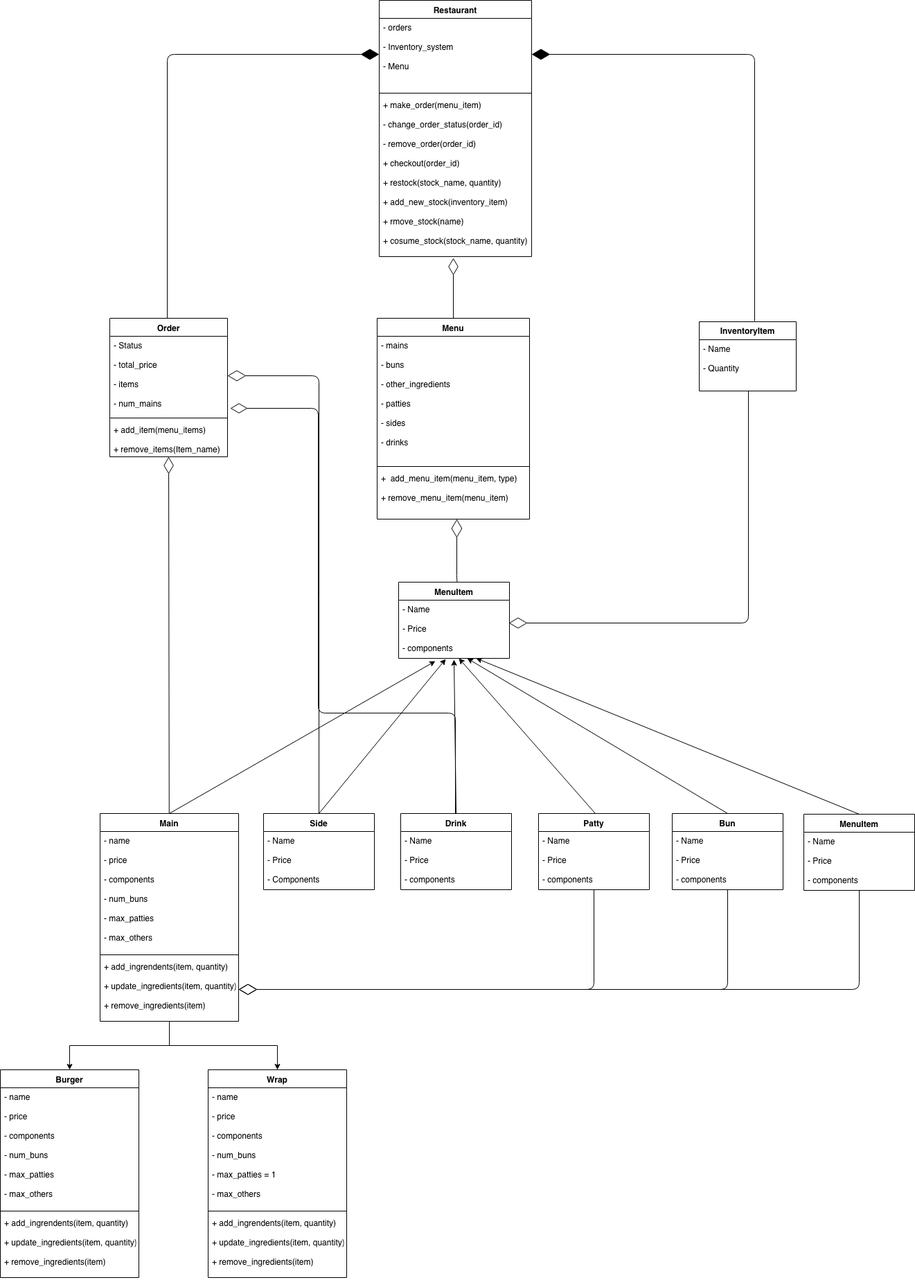
peterhuyxuan/SelfOrderingFoodSystem keeps this draw.io diagram as docs/uml_diagram.png. Above is the earlier version. Source tidied: cells renumbered, new cells last; positions are measured from the earlier drawing's top-left corner, leaving out a move shared by most shapes.
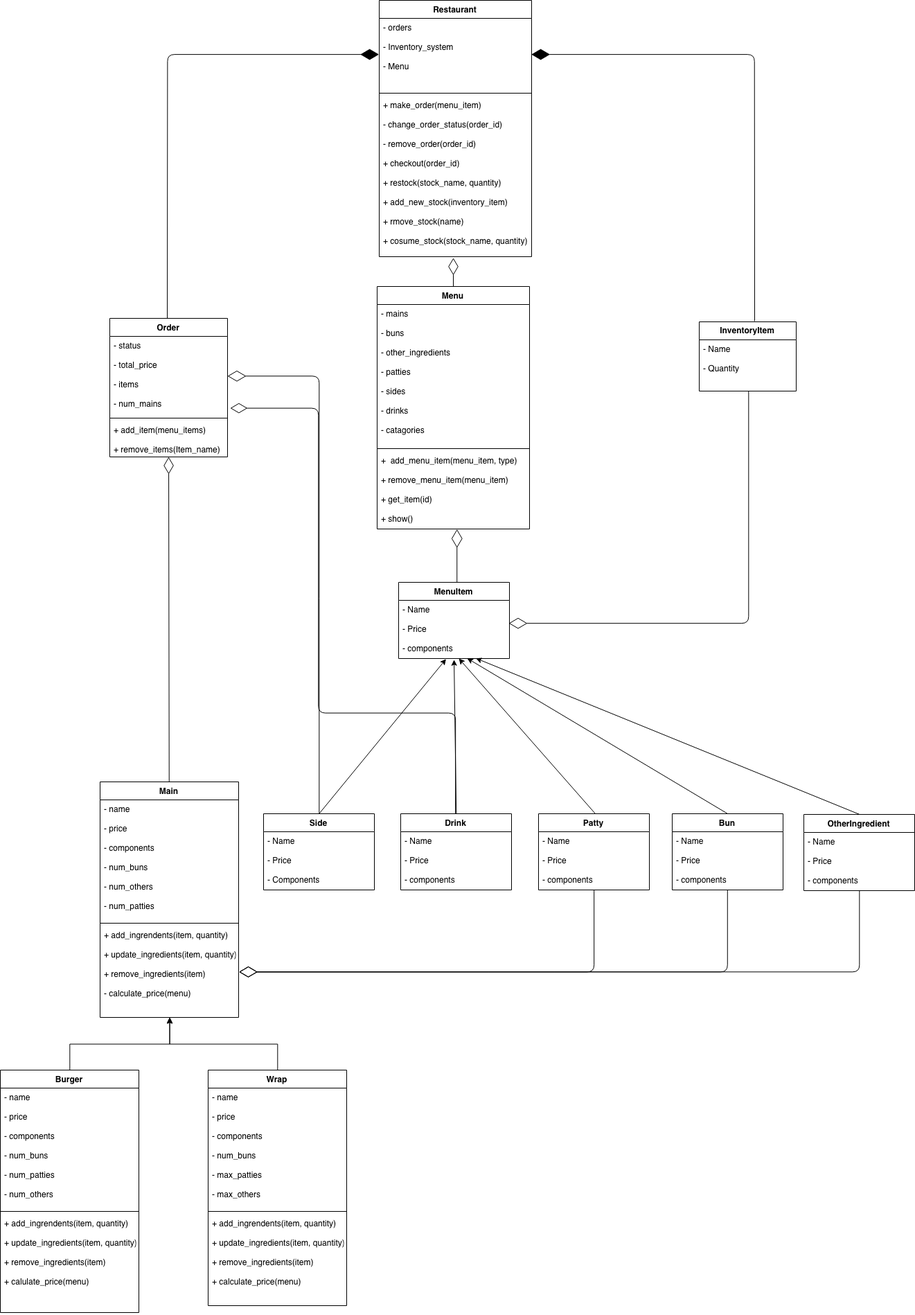
Later version of the same file.

Commit message:
fixed mistakes in main and menu

The edit, as a diff of the source:
```diff
@@ -18,16 +18,16 @@
       <mxGeometry relative="1" as="geometry" />
     </mxCell>
     <mxCell id="7" value="Menu" style="swimlane;fontStyle=1;align=center;verticalAlign=top;horizontal=1;startSize=26;" parent="1" vertex="1">
-      <mxGeometry x="544" y="459" width="220" height="290" as="geometry" />
+      <mxGeometry x="544" y="413" width="220" height="350" as="geometry" />
     </mxCell>
-    <mxCell id="8" value="- mains&#10;&#10;- buns&#10;&#10;- other_ingredients&#10;&#10;- patties&#10;&#10;- sides&#10;&#10;- drinks" style="text;strokeColor=none;fillColor=none;align=left;verticalAlign=top;spacingLeft=4;spacingRight=4;overflow=hidden;" parent="7" vertex="1">
-      <mxGeometry y="26" width="220" height="184" as="geometry" />
+    <mxCell id="8" value="- mains&#10;&#10;- buns&#10;&#10;- other_ingredients&#10;&#10;- patties&#10;&#10;- sides&#10;&#10;- drinks&#10;&#10;- catagories&#10;" style="text;strokeColor=none;fillColor=none;align=left;verticalAlign=top;spacingLeft=4;spacingRight=4;overflow=hidden;" parent="7" vertex="1">
+      <mxGeometry y="26" width="220" height="204" as="geometry" />
     </mxCell>
     <mxCell id="9" style="line;strokeWidth=1;fillColor=none;align=left;verticalAlign=middle;spacingTop=-1;spacingLeft=3;spacingRight=3;labelPosition=right;" parent="7" vertex="1">
-      <mxGeometry y="210" width="220" height="8" as="geometry" />
+      <mxGeometry y="230" width="220" height="8" as="geometry" />
     </mxCell>
-    <mxCell id="10" value="+  add_menu_item(menu_item, type)&#10;&#10;+ remove_menu_item(menu_item)&#10;&#10;" style="text;strokeColor=none;fillColor=none;align=left;verticalAlign=top;spacingLeft=4;spacingRight=4;overflow=hidden;points=[[0,0.5],[1,0.5]];portConstraint=eastwest;" parent="7" vertex="1">
-      <mxGeometry y="218" width="220" height="72" as="geometry" />
+    <mxCell id="10" value="+  add_menu_item(menu_item, type)&#10;&#10;+ remove_menu_item(menu_item)&#10;&#10;+ get_item(id)&#10;&#10;+ show()&#10;" style="text;strokeColor=none;fillColor=none;align=left;verticalAlign=top;spacingLeft=4;spacingRight=4;overflow=hidden;points=[[0,0.5],[1,0.5]];portConstraint=eastwest;" parent="7" vertex="1">
+      <mxGeometry y="238" width="220" height="112" as="geometry" />
     </mxCell>
     <mxCell id="11" style="edgeStyle=orthogonalEdgeStyle;rounded=1;jettySize=auto;html=1;entryX=0;entryY=0.5;entryDx=0;entryDy=0;endFill=1;endArrow=diamondThin;endSize=24;" parent="1" edge="1" target="3">
       <mxGeometry relative="1" as="geometry">
@@ -39,12 +39,10 @@
         <mxPoint x="1089" y="463" as="sourcePoint" />
       </mxGeometry>
     </mxCell>
-    <mxCell id="13" style="edgeStyle=orthogonalEdgeStyle;rounded=1;orthogonalLoop=1;jettySize=auto;html=1;endFill=0;endArrow=diamondThin;endSize=24;" parent="1" edge="1">
+    <mxCell id="13" style="edgeStyle=orthogonalEdgeStyle;rounded=1;jettySize=auto;html=1;endFill=0;endArrow=diamondThin;endSize=24;entryX=0.523;entryY=1;entryDx=0;entryDy=0;entryPerimeter=0;" parent="1" edge="1" target="10">
       <mxGeometry relative="1" as="geometry">
         <mxPoint x="659" y="840" as="sourcePoint" />
-        <mxPoint x="659" y="749" as="targetPoint" />
         <Array as="points">
-          <mxPoint x="663" y="840" />
           <mxPoint x="659" y="840" />
         </Array>
       </mxGeometry>
@@ -73,7 +71,7 @@
     <mxCell id="19" style="edgeStyle=orthogonalEdgeStyle;rounded=1;jettySize=auto;html=1;entryX=1;entryY=0.5;entryDx=0;entryDy=0;endFill=0;endArrow=diamondThin;endSize=24;" parent="1" edge="1" source="20" target="34">
       <mxGeometry relative="1" as="geometry" />
     </mxCell>
-    <mxCell id="20" value="MenuItem" style="swimlane;fontStyle=1;align=center;verticalAlign=top;horizontal=1;startSize=26;" parent="1" vertex="1">
+    <mxCell id="20" value="OtherIngredient" style="swimlane;fontStyle=1;align=center;verticalAlign=top;horizontal=1;startSize=26;" parent="1" vertex="1">
       <mxGeometry x="1160" y="1175" width="160" height="110" as="geometry" />
     </mxCell>
     <mxCell id="21" value="- Name&#10;&#10;- Price&#10;&#10;- components&#10;" style="text;strokeColor=none;fillColor=none;align=left;verticalAlign=top;spacingLeft=4;spacingRight=4;overflow=hidden;" parent="20" vertex="1">
@@ -100,52 +98,52 @@
     <mxCell id="28" style="edgeStyle=none;rounded=0;jettySize=auto;html=1;endArrow=diamondThin;endFill=0;endSize=22;" parent="1" edge="1" source="31" target="46">
       <mxGeometry relative="1" as="geometry" />
     </mxCell>
-    <mxCell id="29" style="edgeStyle=orthogonalEdgeStyle;rounded=0;jettySize=auto;html=1;" parent="1" edge="1" source="31" target="39">
-      <mxGeometry relative="1" as="geometry" />
-    </mxCell>
-    <mxCell id="30" style="edgeStyle=orthogonalEdgeStyle;rounded=0;jettySize=auto;html=1;" parent="1" edge="1" source="31" target="35">
-      <mxGeometry relative="1" as="geometry" />
-    </mxCell>
     <mxCell id="31" value="Main" style="swimlane;fontStyle=1;align=center;verticalAlign=top;horizontal=1;startSize=26;" parent="1" vertex="1">
-      <mxGeometry x="144" y="1174" width="200" height="300" as="geometry" />
+      <mxGeometry x="144" y="1128" width="200" height="340" as="geometry" />
     </mxCell>
-    <mxCell id="32" value="- name&#10;&#10;- price&#10;&#10;- components&#10;&#10;- num_buns&#10;&#10;- max_patties&#10;&#10;- max_others" style="text;strokeColor=none;fillColor=none;align=left;verticalAlign=top;spacingLeft=4;spacingRight=4;overflow=hidden;" parent="31" vertex="1">
+    <mxCell id="32" value="- name&#10;&#10;- price&#10;&#10;- components&#10;&#10;- num_buns&#10;&#10;- num_others&#10;&#10;- num_patties" style="text;strokeColor=none;fillColor=none;align=left;verticalAlign=top;spacingLeft=4;spacingRight=4;overflow=hidden;" parent="31" vertex="1">
       <mxGeometry y="26" width="200" height="174" as="geometry" />
     </mxCell>
     <mxCell id="33" style="line;strokeWidth=1;fillColor=none;align=left;verticalAlign=middle;spacingTop=-1;spacingLeft=3;spacingRight=3;labelPosition=right;" parent="31" vertex="1">
       <mxGeometry y="200" width="200" height="8" as="geometry" />
     </mxCell>
-    <mxCell id="34" value="+ add_ingrendents(item, quantity)&#10;&#10;+ update_ingredients(item, quantity)&#10;&#10;+ remove_ingredients(item)" style="text;strokeColor=none;fillColor=none;align=left;verticalAlign=top;spacingLeft=4;spacingRight=4;overflow=hidden;points=[[0,0.5],[1,0.5]];portConstraint=eastwest;" parent="31" vertex="1">
-      <mxGeometry y="208" width="200" height="92" as="geometry" />
+    <mxCell id="34" value="+ add_ingrendents(item, quantity)&#10;&#10;+ update_ingredients(item, quantity)&#10;&#10;+ remove_ingredients(item)&#10;&#10;- calculate_price(menu)&#10;" style="text;strokeColor=none;fillColor=none;align=left;verticalAlign=top;spacingLeft=4;spacingRight=4;overflow=hidden;points=[[0,0.5],[1,0.5]];portConstraint=eastwest;" parent="31" vertex="1">
+      <mxGeometry y="208" width="200" height="132" as="geometry" />
     </mxCell>
+    <mxCell id="59" style="edgeStyle=orthogonalEdgeStyle;rounded=0;jettySize=auto;html=1;entryX=0.5;entryY=1;entryDx=0;entryDy=0;entryPerimeter=0;" parent="1" edge="1" source="35" target="34">
+      <mxGeometry relative="1" as="geometry" />
+    </mxCell>
     <mxCell id="35" value="Burger" style="swimlane;fontStyle=1;align=center;verticalAlign=top;horizontal=1;startSize=26;" parent="1" vertex="1">
-      <mxGeometry y="1544" width="200" height="300" as="geometry" />
+      <mxGeometry y="1544" width="200" height="350" as="geometry" />
     </mxCell>
-    <mxCell id="36" value="- name&#10;&#10;- price&#10;&#10;- components&#10;&#10;- num_buns&#10;&#10;- max_patties&#10;&#10;- max_others" style="text;strokeColor=none;fillColor=none;align=left;verticalAlign=top;spacingLeft=4;spacingRight=4;overflow=hidden;" parent="35" vertex="1">
+    <mxCell id="36" value="- name&#10;&#10;- price&#10;&#10;- components&#10;&#10;- num_buns&#10;&#10;- num_patties&#10;&#10;- num_others&#10;" style="text;strokeColor=none;fillColor=none;align=left;verticalAlign=top;spacingLeft=4;spacingRight=4;overflow=hidden;" parent="35" vertex="1">
       <mxGeometry y="26" width="200" height="174" as="geometry" />
     </mxCell>
     <mxCell id="37" style="line;strokeWidth=1;fillColor=none;align=left;verticalAlign=middle;spacingTop=-1;spacingLeft=3;spacingRight=3;labelPosition=right;" parent="35" vertex="1">
       <mxGeometry y="200" width="200" height="8" as="geometry" />
     </mxCell>
-    <mxCell id="38" value="+ add_ingrendents(item, quantity)&#10;&#10;+ update_ingredients(item, quantity)&#10;&#10;+ remove_ingredients(item)" style="text;strokeColor=none;fillColor=none;align=left;verticalAlign=top;spacingLeft=4;spacingRight=4;overflow=hidden;" parent="35" vertex="1">
-      <mxGeometry y="208" width="200" height="92" as="geometry" />
+    <mxCell id="38" value="+ add_ingrendents(item, quantity)&#10;&#10;+ update_ingredients(item, quantity)&#10;&#10;+ remove_ingredients(item)&#10;&#10;+ calulate_price(menu)&#10;" style="text;strokeColor=none;fillColor=none;align=left;verticalAlign=top;spacingLeft=4;spacingRight=4;overflow=hidden;" parent="35" vertex="1">
+      <mxGeometry y="208" width="200" height="142" as="geometry" />
     </mxCell>
+    <mxCell id="60" style="edgeStyle=orthogonalEdgeStyle;rounded=0;jettySize=auto;html=1;entryX=0.5;entryY=1.008;entryDx=0;entryDy=0;entryPerimeter=0;" parent="1" edge="1" source="39" target="34">
+      <mxGeometry relative="1" as="geometry" />
+    </mxCell>
     <mxCell id="39" value="Wrap" style="swimlane;fontStyle=1;align=center;verticalAlign=top;horizontal=1;startSize=26;" parent="1" vertex="1">
-      <mxGeometry x="300" y="1544" width="200" height="300" as="geometry" />
+      <mxGeometry x="300" y="1544" width="200" height="340" as="geometry" />
     </mxCell>
-    <mxCell id="40" value="- name&#10;&#10;- price&#10;&#10;- components&#10;&#10;- num_buns&#10;&#10;- max_patties = 1&#10;&#10;- max_others" style="text;strokeColor=none;fillColor=none;align=left;verticalAlign=top;spacingLeft=4;spacingRight=4;overflow=hidden;" parent="39" vertex="1">
+    <mxCell id="40" value="- name&#10;&#10;- price&#10;&#10;- components&#10;&#10;- num_buns&#10;&#10;- max_patties&#10;&#10;- max_others" style="text;strokeColor=none;fillColor=none;align=left;verticalAlign=top;spacingLeft=4;spacingRight=4;overflow=hidden;" parent="39" vertex="1">
       <mxGeometry y="26" width="200" height="174" as="geometry" />
     </mxCell>
     <mxCell id="41" style="line;strokeWidth=1;fillColor=none;align=left;verticalAlign=middle;spacingTop=-1;spacingLeft=3;spacingRight=3;labelPosition=right;" parent="39" vertex="1">
       <mxGeometry y="200" width="200" height="8" as="geometry" />
     </mxCell>
-    <mxCell id="42" value="+ add_ingrendents(item, quantity)&#10;&#10;+ update_ingredients(item, quantity)&#10;&#10;+ remove_ingredients(item)" style="text;strokeColor=none;fillColor=none;align=left;verticalAlign=top;spacingLeft=4;spacingRight=4;overflow=hidden;" parent="39" vertex="1">
-      <mxGeometry y="208" width="200" height="92" as="geometry" />
+    <mxCell id="42" value="+ add_ingrendents(item, quantity)&#10;&#10;+ update_ingredients(item, quantity)&#10;&#10;+ remove_ingredients(item)&#10;&#10;+ calculate_price(menu)&#10;" style="text;strokeColor=none;fillColor=none;align=left;verticalAlign=top;spacingLeft=4;spacingRight=4;overflow=hidden;" parent="39" vertex="1">
+      <mxGeometry y="208" width="200" height="132" as="geometry" />
     </mxCell>
     <mxCell id="43" value="Order" style="swimlane;fontStyle=1;align=center;verticalAlign=top;horizontal=1;startSize=26;" parent="1" vertex="1">
       <mxGeometry x="158" y="459" width="170" height="200" as="geometry" />
     </mxCell>
-    <mxCell id="44" value="- Status&#10;&#10;- total_price&#10;&#10;- items&#10;&#10;- num_mains&#10;&#10;" style="text;strokeColor=none;fillColor=none;align=left;verticalAlign=top;spacingLeft=4;spacingRight=4;overflow=hidden;points=[[0,0.5],[1,0.5]];portConstraint=eastwest;" parent="43" vertex="1">
+    <mxCell id="44" value="- status&#10;&#10;- total_price&#10;&#10;- items&#10;&#10;- num_mains&#10;&#10;" style="text;strokeColor=none;fillColor=none;align=left;verticalAlign=top;spacingLeft=4;spacingRight=4;overflow=hidden;points=[[0,0.5],[1,0.5]];portConstraint=eastwest;" parent="43" vertex="1">
       <mxGeometry y="26" width="170" height="114" as="geometry" />
     </mxCell>
     <mxCell id="45" style="line;strokeWidth=1;fillColor=none;align=left;verticalAlign=middle;spacingTop=-1;spacingLeft=3;spacingRight=3;labelPosition=right;" parent="43" vertex="1">
@@ -163,9 +161,6 @@
     <mxCell id="49" value="- Name&#10;&#10;- Price&#10;&#10;- Components&#10;" style="text;strokeColor=none;fillColor=none;align=left;verticalAlign=top;spacingLeft=4;spacingRight=4;overflow=hidden;" parent="48" vertex="1">
       <mxGeometry y="26" width="160" height="84" as="geometry" />
     </mxCell>
-    <mxCell id="50" style="endArrow=classic;html=1;exitX=0.5;exitY=0;exitDx=0;exitDy=0;entryX=0.331;entryY=1.048;entryDx=0;entryDy=0;entryPerimeter=0;rounded=0;" parent="1" edge="1" source="31" target="15">
-      <mxGeometry relative="1" as="geometry" />
-    </mxCell>
     <mxCell id="51" style="endArrow=classic;html=1;exitX=0.5;exitY=0;exitDx=0;exitDy=0;rounded=0;entryX=0.425;entryY=1.012;entryDx=0;entryDy=0;entryPerimeter=0;" parent="1" edge="1" source="48" target="15">
       <mxGeometry relative="1" as="geometry" />
     </mxCell>
```
